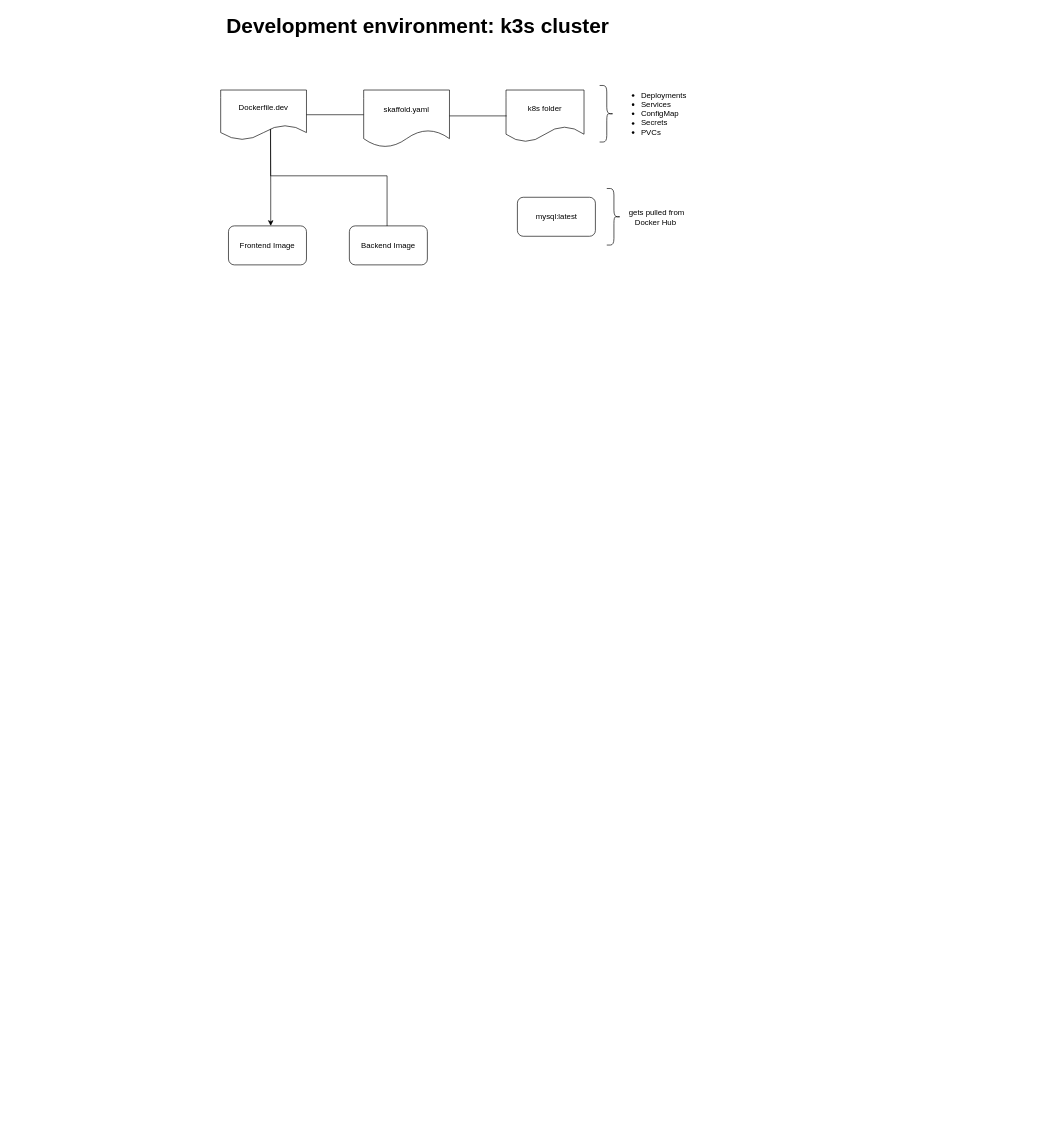
Above: Untitled Diagram.drawio in Eliasdb/eDB (draw.io), before the change. Source tidied: cells renumbered, new cells numbered last; positions are measured from the earlier drawing's top-left corner, leaving out a move shared by most shapes. Both pictures are drawn from the tidied source at 65%, with x=0, y=0 at pixel (220, 11).
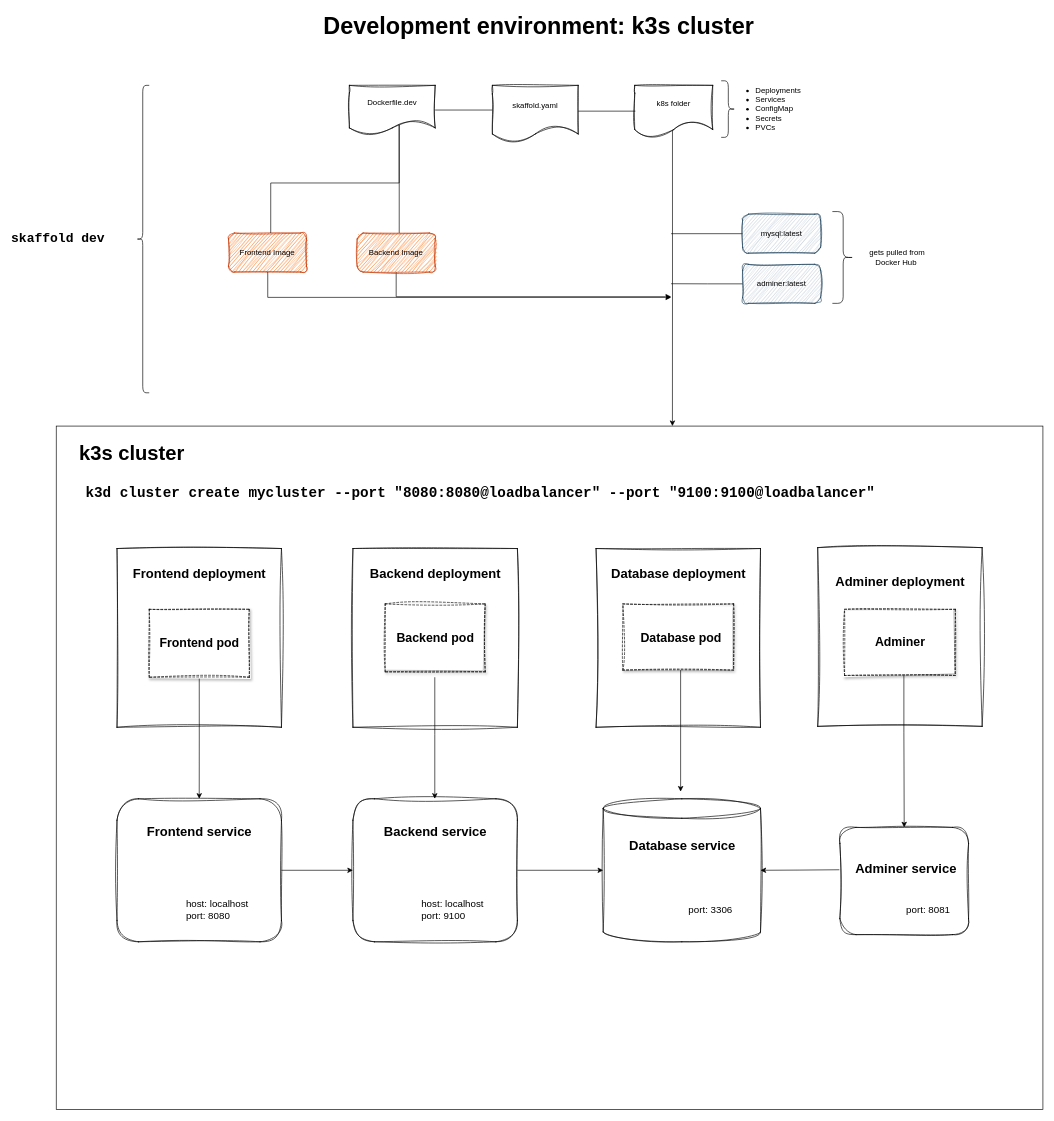
The same page after the edit.

Change to the diagram source:
```diff
@@
-    <mxCell id="2" style="edgeStyle=orthogonalEdgeStyle;rounded=0;jettySize=auto;html=1;entryX=0.481;entryY=-0.012;entryDx=0;entryDy=0;entryPerimeter=0;exitX=0.582;exitY=0.755;exitDx=0;exitDy=0;exitPerimeter=0;" parent="1" edge="1" source="3" target="12">
+    <mxCell id="2" style="edgeStyle=orthogonalEdgeStyle;rounded=0;jettySize=auto;html=1;exitX=0.581;exitY=0.788;exitDx=0;exitDy=0;exitPerimeter=0;endArrow=none;endFill=0;" parent="1" edge="1" source="3" target="12">
       <mxGeometry relative="1" as="geometry">
         <Array as="points">
-          <mxPoint x="77" y="253" />
-          <mxPoint x="256" y="253" />
-          <mxPoint x="256" y="332" />
-          <mxPoint x="256" y="332" />
+          <mxPoint x="275" y="176" />
+          <mxPoint x="275" y="176" />
         </Array>
       </mxGeometry>
     </mxCell>
-    <mxCell id="3" value="Dockerfile.dev" style="shape=document;whiteSpace=wrap;html=1;boundedLbl=1;" parent="1" vertex="1">
-      <mxGeometry y="121" width="132" height="77" as="geometry" />
+    <mxCell id="3" value="Dockerfile.dev" style="shape=document;whiteSpace=wrap;html=1;boundedLbl=1;sketch=1;curveFitting=1;jiggle=2;" parent="1" vertex="1">
+      <mxGeometry x="198" y="113.8" width="132" height="77" as="geometry" />
     </mxCell>
-    <mxCell id="4" value="skaffold.yaml" style="shape=document;whiteSpace=wrap;html=1;boundedLbl=1;" parent="1" vertex="1">
-      <mxGeometry x="220" y="121" width="132" height="88" as="geometry" />
+    <mxCell id="4" value="skaffold.yaml" style="shape=document;whiteSpace=wrap;html=1;boundedLbl=1;sketch=1;curveFitting=1;jiggle=2;" parent="1" vertex="1">
+      <mxGeometry x="418" y="113.8" width="132" height="88" as="geometry" />
     </mxCell>
+    <mxCell id="17" style="edgeStyle=orthogonalEdgeStyle;rounded=0;jettySize=auto;html=1;exitX=0.484;exitY=0.86;exitDx=0;exitDy=0;exitPerimeter=0;" parent="1" edge="1" source="5">
+      <mxGeometry relative="1" as="geometry">
+        <mxPoint x="695" y="638" as="targetPoint" />
+        <Array as="points">
+          <mxPoint x="695" y="418" />
+          <mxPoint x="695" y="418" />
+        </Array>
+      </mxGeometry>
+    </mxCell>
-    <mxCell id="5" value="k8s folder" style="shape=document;whiteSpace=wrap;html=1;boundedLbl=1;" parent="1" vertex="1">
-      <mxGeometry x="439" y="121" width="120" height="80" as="geometry" />
+    <mxCell id="5" value="k8s folder" style="shape=document;whiteSpace=wrap;html=1;boundedLbl=1;sketch=1;curveFitting=1;jiggle=2;" parent="1" vertex="1">
+      <mxGeometry x="637" y="113.8" width="120" height="80" as="geometry" />
     </mxCell>
-    <mxCell id="6" value="Development environment: k3s cluster" style="text;strokeColor=none;fillColor=none;html=1;fontSize=32;fontStyle=1;verticalAlign=middle;align=center;" parent="1" vertex="1">
-      <mxGeometry x="132" width="341" height="44" as="geometry" />
+    <mxCell id="6" value="&lt;font style=&quot;font-size: 36px;&quot;&gt;Development environment: k3s cluster&lt;/font&gt;" style="text;strokeColor=none;fillColor=none;html=1;fontSize=32;fontStyle=1;verticalAlign=middle;align=center;" parent="1" vertex="1">
+      <mxGeometry x="318" width="341" height="44" as="geometry" />
     </mxCell>
     <mxCell id="7" style="edgeStyle=orthogonalEdgeStyle;rounded=0;jettySize=auto;html=1;endArrow=none;endFill=0;" parent="1" edge="1" source="3">
       <mxGeometry relative="1" as="geometry">
-        <mxPoint x="220" y="159" as="targetPoint" />
+        <mxPoint x="418" y="151.8" as="targetPoint" />
       </mxGeometry>
     </mxCell>
     <mxCell id="8" style="edgeStyle=orthogonalEdgeStyle;rounded=0;orthogonalLoop=1;jettySize=auto;html=1;endArrow=none;endFill=0;" parent="1" edge="1">
       <mxGeometry relative="1" as="geometry">
-        <mxPoint x="352" y="160.8" as="sourcePoint" />
-        <mxPoint x="440" y="160.8" as="targetPoint" />
+        <mxPoint x="550" y="153.5" as="sourcePoint" />
+        <mxPoint x="638" y="153.5" as="targetPoint" />
       </mxGeometry>
     </mxCell>
     <mxCell id="9" style="shape=curlyBracket;whiteSpace=wrap;html=1;rounded=1;flipH=1;labelPosition=right;verticalLabelPosition=middle;align=left;verticalAlign=middle;" parent="1" vertex="1">
-      <mxGeometry x="583" y="114" width="22" height="87" as="geometry" />
+      <mxGeometry x="770" y="106.8" width="22" height="87" as="geometry" />
     </mxCell>
-    <mxCell id="10" value="&lt;ul&gt;&lt;li&gt;Deployments&lt;/li&gt;&lt;li&gt;&lt;span style=&quot;background-color: initial;&quot;&gt;Services&lt;/span&gt;&lt;/li&gt;&lt;li&gt;&lt;span style=&quot;background-color: initial;&quot;&gt;ConfigMap&lt;/span&gt;&lt;/li&gt;&lt;li&gt;&lt;span style=&quot;background-color: initial;&quot;&gt;Secrets&lt;/span&gt;&lt;/li&gt;&lt;li&gt;&lt;span style=&quot;background-color: initial;&quot;&gt;PVCs&lt;/span&gt;&lt;/li&gt;&lt;/ul&gt;" style="text;strokeColor=none;fillColor=none;html=1;whiteSpace=wrap;verticalAlign=middle;overflow=hidden;" parent="1" vertex="1">
-      <mxGeometry x="605" y="106.2" width="132" height="102.5" as="geometry" />
+    <mxCell id="10" value="&lt;ul&gt;&lt;li&gt;Deployments&lt;/li&gt;&lt;li&gt;&lt;span style=&quot;background-color: initial;&quot;&gt;Services&lt;/span&gt;&lt;/li&gt;&lt;li&gt;&lt;span style=&quot;background-color: initial;&quot;&gt;ConfigMap&lt;/span&gt;&lt;/li&gt;&lt;li&gt;&lt;span style=&quot;background-color: initial;&quot;&gt;Secrets&lt;/span&gt;&lt;/li&gt;&lt;li&gt;&lt;span style=&quot;background-color: initial;&quot;&gt;PVCs&lt;/span&gt;&lt;/li&gt;&lt;/ul&gt;" style="text;strokeColor=none;fillColor=none;html=1;whiteSpace=wrap;verticalAlign=middle;overflow=hidden;rounded=0;sketch=1;curveFitting=1;jiggle=2;" parent="1" vertex="1">
+      <mxGeometry x="781" y="99" width="132" height="102.5" as="geometry" />
     </mxCell>
-    <mxCell id="11" value="Frontend Image" style="rounded=1;whiteSpace=wrap;html=1;" parent="1" vertex="1">
-      <mxGeometry x="12" y="330" width="120" height="60" as="geometry" />
+    <mxCell id="11" value="Frontend Image" style="rounded=1;whiteSpace=wrap;html=1;sketch=1;curveFitting=1;jiggle=2;fillColor=#fa6800;strokeColor=#C73500;fontColor=#000000;" parent="1" vertex="1">
+      <mxGeometry x="12" y="341" width="120" height="60" as="geometry" />
     </mxCell>
+    <mxCell id="18" style="edgeStyle=orthogonalEdgeStyle;rounded=0;jettySize=auto;html=1;exitX=0.5;exitY=1;exitDx=0;exitDy=0;" parent="1" edge="1" source="12">
+      <mxGeometry relative="1" as="geometry">
+        <mxPoint x="693" y="439" as="targetPoint" />
+        <Array as="points">
+          <mxPoint x="270" y="439" />
+        </Array>
+      </mxGeometry>
+    </mxCell>
+    <mxCell id="19" style="edgeStyle=orthogonalEdgeStyle;rounded=0;jettySize=auto;html=1;exitX=1;exitY=0.5;exitDx=0;exitDy=0;" parent="1" edge="1" source="12">
+      <mxGeometry relative="1" as="geometry">
+        <mxPoint x="330" y="371.1" as="targetPoint" />
+      </mxGeometry>
+    </mxCell>
-    <mxCell id="12" value="Backend Image" style="rounded=1;whiteSpace=wrap;html=1;" parent="1" vertex="1">
-      <mxGeometry x="198" y="330" width="120" height="60" as="geometry" />
+    <mxCell id="12" value="Backend Image" style="rounded=1;whiteSpace=wrap;html=1;sketch=1;curveFitting=1;jiggle=2;fillColor=#fa6800;fontColor=#000000;strokeColor=#C73500;" parent="1" vertex="1">
+      <mxGeometry x="210" y="341" width="120" height="60" as="geometry" />
     </mxCell>
+    <mxCell id="20" style="edgeStyle=orthogonalEdgeStyle;rounded=0;orthogonalLoop=1;jettySize=auto;html=1;endArrow=none;endFill=0;jumpSize=0;" parent="1" edge="1">
+      <mxGeometry relative="1" as="geometry">
+        <mxPoint x="803" y="342" as="sourcePoint" />
+        <mxPoint x="693" y="342" as="targetPoint" />
+        <Array as="points">
+          <mxPoint x="693" y="341.9" />
+        </Array>
+      </mxGeometry>
+    </mxCell>
-    <mxCell id="13" value="mysql:latest" style="rounded=1;whiteSpace=wrap;html=1;" parent="1" vertex="1">
-      <mxGeometry x="456.5" y="286" width="120" height="60" as="geometry" />
+    <mxCell id="13" value="mysql:latest" style="rounded=1;whiteSpace=wrap;html=1;sketch=1;curveFitting=1;jiggle=2;fillColor=#bac8d3;strokeColor=#23445d;" parent="1" vertex="1">
+      <mxGeometry x="803" y="312" width="120" height="60" as="geometry" />
     </mxCell>
-    <mxCell id="14" style="shape=curlyBracket;whiteSpace=wrap;html=1;rounded=1;flipH=1;labelPosition=right;verticalLabelPosition=middle;align=left;verticalAlign=middle;size=0.5;" parent="1" vertex="1">
-      <mxGeometry x="594" y="272.5" width="22" height="87" as="geometry" />
+    <mxCell id="14" style="shape=curlyBracket;whiteSpace=wrap;html=1;rounded=1;flipH=1;labelPosition=right;verticalLabelPosition=middle;align=left;verticalAlign=middle;size=0.5;direction=east;" parent="1" vertex="1">
+      <mxGeometry x="941.1" y="308" width="33.2" height="141.2" as="geometry" />
     </mxCell>
     <mxCell id="15" value="gets pulled from Docker Hub&amp;nbsp;" style="text;html=1;align=center;verticalAlign=middle;whiteSpace=wrap;rounded=0;" parent="1" vertex="1">
-      <mxGeometry x="627" y="286" width="88" height="62" as="geometry" />
+      <mxGeometry x="996.6" y="347.6" width="88" height="62" as="geometry" />
     </mxCell>
-    <mxCell id="16" style="edgeStyle=orthogonalEdgeStyle;rounded=0;jettySize=auto;html=1;exitX=0.58;exitY=0.785;exitDx=0;exitDy=0;exitPerimeter=0;" parent="1" edge="1" source="3">
+    <mxCell id="16" style="edgeStyle=orthogonalEdgeStyle;rounded=0;jettySize=auto;html=1;exitX=0.58;exitY=0.785;exitDx=0;exitDy=0;exitPerimeter=0;endArrow=none;endFill=0;" parent="1" edge="1" source="3">
       <mxGeometry relative="1" as="geometry">
-        <mxPoint x="77" y="330" as="targetPoint" />
+        <mxPoint x="77" y="341" as="targetPoint" />
         <Array as="points">
           <mxPoint x="77" y="264" />
           <mxPoint x="77" y="264" />
           <mxPoint x="77" y="330" />
         </Array>
       </mxGeometry>
     </mxCell>
+    <mxCell id="21" style="rounded=0;whiteSpace=wrap;html=1;" parent="1" vertex="1">
+      <mxGeometry x="-253" y="638" width="1518" height="1051.2" as="geometry" />
+    </mxCell>
+    <mxCell id="22" value="&lt;pre&gt;&lt;font style=&quot;font-size: 22px;&quot;&gt;k3d cluster create mycluster --port &quot;8080:8080@loadbalancer&quot; --port &quot;9100:9100@loadbalancer&quot;&amp;nbsp;&lt;/font&gt;&amp;nbsp;&lt;/pre&gt;" style="text;strokeColor=none;fillColor=none;html=1;fontSize=24;fontStyle=1;verticalAlign=middle;align=center;" parent="1" vertex="1">
+      <mxGeometry x="-187" y="700" width="1199" height="82.5" as="geometry" />
+    </mxCell>
+    <mxCell id="23" style="rounded=0;whiteSpace=wrap;html=1;sketch=1;curveFitting=1;jiggle=2;" parent="1" vertex="1">
+      <mxGeometry x="-159.5" y="826.4" width="253" height="275" as="geometry" />
+    </mxCell>
+    <mxCell id="24" value="Frontend deployment" style="text;strokeColor=none;fillColor=none;html=1;fontSize=20;fontStyle=1;verticalAlign=middle;align=center;" parent="1" vertex="1">
+      <mxGeometry x="-170.5" y="837.4" width="275" height="55" as="geometry" />
+    </mxCell>
+    <mxCell id="25" style="edgeStyle=orthogonalEdgeStyle;rounded=0;jettySize=auto;html=1;exitX=0.5;exitY=1;exitDx=0;exitDy=0;flowAnimation=0;" parent="1" edge="1" source="26" target="29">
+      <mxGeometry relative="1" as="geometry" />
+    </mxCell>
+    <mxCell id="26" style="rounded=0;whiteSpace=wrap;html=1;dashed=1;glass=0;shadow=1;sketch=1;curveFitting=1;jiggle=2;" parent="1" vertex="1">
+      <mxGeometry x="-109.9" y="919.9" width="153.9" height="104.5" as="geometry" />
+    </mxCell>
+    <mxCell id="27" value="Frontend pod" style="text;strokeColor=none;fillColor=none;html=1;fontSize=19;fontStyle=1;verticalAlign=middle;align=center;" parent="1" vertex="1">
+      <mxGeometry x="-93.7" y="955.6" width="121.5" height="33" as="geometry" />
+    </mxCell>
+    <mxCell id="28" style="edgeStyle=orthogonalEdgeStyle;rounded=0;jettySize=auto;html=1;exitX=1;exitY=0.5;exitDx=0;exitDy=0;flowAnimation=1;" parent="1" edge="1" source="29" target="36">
+      <mxGeometry relative="1" as="geometry" />
+    </mxCell>
+    <mxCell id="29" style="rounded=1;whiteSpace=wrap;html=1;sketch=1;curveFitting=1;jiggle=2;" parent="1" vertex="1">
+      <mxGeometry x="-159.5" y="1211.4" width="253" height="220" as="geometry" />
+    </mxCell>
+    <mxCell id="30" value="Frontend service" style="text;strokeColor=none;fillColor=none;html=1;fontSize=20;fontStyle=1;verticalAlign=middle;align=center;" parent="1" vertex="1">
+      <mxGeometry x="-170.5" y="1233.4" width="275" height="55" as="geometry" />
+    </mxCell>
+    <mxCell id="31" value="host: localhost&lt;div style=&quot;font-size: 15px;&quot;&gt;port: 8080&lt;/div&gt;" style="text;html=1;align=left;verticalAlign=middle;whiteSpace=wrap;rounded=0;fontSize=15;" parent="1" vertex="1">
+      <mxGeometry x="-55.1" y="1354.4" width="99.1" height="55" as="geometry" />
+    </mxCell>
+    <mxCell id="32" style="rounded=0;whiteSpace=wrap;html=1;sketch=1;curveFitting=1;jiggle=2;" parent="1" vertex="1">
+      <mxGeometry x="203.5" y="826.4" width="253" height="275" as="geometry" />
+    </mxCell>
+    <mxCell id="33" value="Backend deployment" style="text;strokeColor=none;fillColor=none;html=1;fontSize=20;fontStyle=1;verticalAlign=middle;align=center;" parent="1" vertex="1">
+      <mxGeometry x="192.5" y="837.4" width="275" height="55" as="geometry" />
+    </mxCell>
+    <mxCell id="34" style="rounded=0;whiteSpace=wrap;html=1;dashed=1;glass=0;shadow=1;sketch=1;curveFitting=1;jiggle=2;" parent="1" vertex="1">
+      <mxGeometry x="253.1" y="911.6" width="153.9" height="104.5" as="geometry" />
+    </mxCell>
+    <mxCell id="35" value="Backend pod" style="text;strokeColor=none;fillColor=none;html=1;fontSize=19;fontStyle=1;verticalAlign=middle;align=center;" parent="1" vertex="1">
+      <mxGeometry x="269.2" y="947.4" width="121.5" height="33" as="geometry" />
+    </mxCell>
+    <mxCell id="36" style="rounded=1;whiteSpace=wrap;html=1;sketch=1;curveFitting=1;jiggle=2;" parent="1" vertex="1">
+      <mxGeometry x="203.5" y="1211.4" width="253" height="220" as="geometry" />
+    </mxCell>
+    <mxCell id="37" value="Backend service" style="text;strokeColor=none;fillColor=none;html=1;fontSize=20;fontStyle=1;verticalAlign=middle;align=center;" parent="1" vertex="1">
+      <mxGeometry x="192.5" y="1233.4" width="275" height="55" as="geometry" />
+    </mxCell>
+    <mxCell id="38" value="host: localhost&lt;div style=&quot;font-size: 15px;&quot;&gt;port: 9100&lt;/div&gt;" style="text;html=1;align=left;verticalAlign=middle;whiteSpace=wrap;rounded=0;fontSize=15;" parent="1" vertex="1">
+      <mxGeometry x="306.9" y="1354.4" width="100" height="55" as="geometry" />
+    </mxCell>
+    <mxCell id="39" style="edgeStyle=orthogonalEdgeStyle;rounded=0;orthogonalLoop=1;jettySize=auto;html=1;exitX=0.5;exitY=1;exitDx=0;exitDy=0;flowAnimation=0;" parent="1" edge="1">
+      <mxGeometry relative="1" as="geometry">
+        <mxPoint x="329.4" y="1024.4" as="sourcePoint" />
+        <mxPoint x="329.4" y="1211.4" as="targetPoint" />
+        <Array as="points">
+          <mxPoint x="329.4" y="1112.4" />
+          <mxPoint x="329.4" y="1112.4" />
+        </Array>
+      </mxGeometry>
+    </mxCell>
+    <mxCell id="40" style="rounded=0;whiteSpace=wrap;html=1;sketch=1;curveFitting=1;jiggle=2;" parent="1" vertex="1">
+      <mxGeometry x="577.5" y="826.4" width="253" height="275" as="geometry" />
+    </mxCell>
+    <mxCell id="41" value="Database deployment" style="text;strokeColor=none;fillColor=none;html=1;fontSize=20;fontStyle=1;verticalAlign=middle;align=center;" parent="1" vertex="1">
+      <mxGeometry x="566.5" y="837.4" width="275" height="55" as="geometry" />
+    </mxCell>
+    <mxCell id="42" style="rounded=0;whiteSpace=wrap;html=1;dashed=1;glass=0;shadow=1;sketch=1;curveFitting=1;jiggle=2;" parent="1" vertex="1">
+      <mxGeometry x="618.8" y="911.6" width="170.4" height="101.8" as="geometry" />
+    </mxCell>
+    <mxCell id="43" value="Database pod" style="text;strokeColor=none;fillColor=none;html=1;fontSize=19;fontStyle=1;verticalAlign=middle;align=center;" parent="1" vertex="1">
+      <mxGeometry x="647.5" y="947.4" width="121.5" height="33" as="geometry" />
+    </mxCell>
+    <mxCell id="44" style="shape=cylinder3;whiteSpace=wrap;html=1;boundedLbl=1;backgroundOutline=1;size=15;sketch=1;curveFitting=1;jiggle=2;" parent="1" vertex="1">
+      <mxGeometry x="588.5" y="1211.4" width="242" height="220" as="geometry" />
+    </mxCell>
+    <mxCell id="45" value="Database service" style="text;strokeColor=none;fillColor=none;html=1;fontSize=20;fontStyle=1;verticalAlign=middle;align=center;" parent="1" vertex="1">
+      <mxGeometry x="572" y="1255.4" width="275" height="55" as="geometry" />
+    </mxCell>
+    <mxCell id="46" style="edgeStyle=orthogonalEdgeStyle;rounded=0;orthogonalLoop=1;jettySize=auto;html=1;exitX=0.5;exitY=1;exitDx=0;exitDy=0;flowAnimation=0;" parent="1" edge="1">
+      <mxGeometry relative="1" as="geometry">
+        <mxPoint x="707.6" y="1013.4" as="sourcePoint" />
+        <mxPoint x="707.6" y="1200.4" as="targetPoint" />
+        <Array as="points">
+          <mxPoint x="707.6" y="1101.4" />
+          <mxPoint x="707.6" y="1101.4" />
+        </Array>
+      </mxGeometry>
+    </mxCell>
+    <mxCell id="47" style="edgeStyle=orthogonalEdgeStyle;rounded=0;jettySize=auto;html=1;entryX=0;entryY=0.5;entryDx=0;entryDy=0;entryPerimeter=0;flowAnimation=1;" parent="1" edge="1" source="36" target="44">
+      <mxGeometry relative="1" as="geometry" />
+    </mxCell>
+    <mxCell id="48" value="&lt;font style=&quot;font-size: 31px;&quot;&gt;k3s cluster&lt;/font&gt;" style="text;strokeColor=none;fillColor=none;html=1;fontSize=24;fontStyle=1;verticalAlign=middle;align=center;" parent="1" vertex="1">
+      <mxGeometry x="-187" y="660" width="100" height="40" as="geometry" />
+    </mxCell>
+    <mxCell id="49" style="edgeStyle=orthogonalEdgeStyle;rounded=0;orthogonalLoop=1;jettySize=auto;html=1;exitX=0.5;exitY=1;exitDx=0;exitDy=0;" parent="1" edge="1">
+      <mxGeometry relative="1" as="geometry">
+        <mxPoint x="72.4" y="401" as="sourcePoint" />
+        <mxPoint x="693" y="440" as="targetPoint" />
+        <Array as="points">
+          <mxPoint x="72" y="440" />
+        </Array>
+      </mxGeometry>
+    </mxCell>
+    <mxCell id="50" style="rounded=0;whiteSpace=wrap;html=1;sketch=1;curveFitting=1;jiggle=2;" parent="1" vertex="1">
+      <mxGeometry x="918.5" y="825" width="253" height="275" as="geometry" />
+    </mxCell>
+    <mxCell id="51" value="Adminer deployment" style="text;strokeColor=none;fillColor=none;html=1;fontSize=20;fontStyle=1;verticalAlign=middle;align=center;" parent="1" vertex="1">
+      <mxGeometry x="907.5" y="848.4" width="275" height="55" as="geometry" />
+    </mxCell>
+    <mxCell id="52" style="rounded=0;whiteSpace=wrap;html=1;dashed=1;glass=0;shadow=1;sketch=1;curveFitting=1;jiggle=2;" parent="1" vertex="1">
+      <mxGeometry x="959.8" y="919.9" width="170.4" height="101.8" as="geometry" />
+    </mxCell>
+    <mxCell id="53" value="Adminer" style="text;strokeColor=none;fillColor=none;html=1;fontSize=19;fontStyle=1;verticalAlign=middle;align=center;" parent="1" vertex="1">
+      <mxGeometry x="984.2" y="954.2" width="121.5" height="33" as="geometry" />
+    </mxCell>
+    <mxCell id="54" value="&lt;div style=&quot;font-size: 15px;&quot;&gt;port: 3306&lt;/div&gt;" style="text;html=1;align=left;verticalAlign=middle;whiteSpace=wrap;rounded=0;fontSize=15;" parent="1" vertex="1">
+      <mxGeometry x="717.7" y="1354.4" width="71.5" height="55" as="geometry" />
+    </mxCell>
+    <mxCell id="55" style="rounded=1;whiteSpace=wrap;html=1;sketch=1;curveFitting=1;jiggle=2;" parent="1" vertex="1">
+      <mxGeometry x="952.6" y="1255.4" width="198" height="165" as="geometry" />
+    </mxCell>
+    <mxCell id="56" value="Adminer service" style="text;strokeColor=none;fillColor=none;html=1;fontSize=20;fontStyle=1;verticalAlign=middle;align=center;" parent="1" vertex="1">
+      <mxGeometry x="957" y="1293.9" width="193.6" height="48.1" as="geometry" />
+    </mxCell>
+    <mxCell id="57" style="edgeStyle=orthogonalEdgeStyle;rounded=0;jettySize=auto;html=1;endArrow=none;endFill=0;" parent="1" edge="1" source="58">
+      <mxGeometry relative="1" as="geometry">
+        <mxPoint x="693" y="419" as="targetPoint" />
+        <Array as="points">
+          <mxPoint x="749" y="419" />
+          <mxPoint x="693" y="419" />
+        </Array>
+      </mxGeometry>
+    </mxCell>
+    <mxCell id="58" value="adminer:latest" style="rounded=1;whiteSpace=wrap;html=1;sketch=1;curveFitting=1;jiggle=2;fillColor=#bac8d3;strokeColor=#23445d;" parent="1" vertex="1">
+      <mxGeometry x="803" y="389.2" width="120" height="60" as="geometry" />
+    </mxCell>
+    <mxCell id="59" style="edgeStyle=orthogonalEdgeStyle;rounded=0;orthogonalLoop=1;jettySize=auto;html=1;exitX=0.5;exitY=1;exitDx=0;exitDy=0;" parent="1" edge="1" source="48" target="48">
+      <mxGeometry relative="1" as="geometry" />
+    </mxCell>
+    <mxCell id="60" style="shape=curlyBracket;whiteSpace=wrap;html=1;rounded=1;labelPosition=left;verticalLabelPosition=middle;align=right;verticalAlign=middle;" parent="1" vertex="1">
+      <mxGeometry x="-129.9" y="113.8" width="20" height="473" as="geometry" />
+    </mxCell>
+    <mxCell id="61" value="&lt;pre style=&quot;font-size: 20px;&quot;&gt;&lt;b&gt;skaffold dev&lt;/b&gt;&lt;/pre&gt;" style="text;html=1;align=center;verticalAlign=middle;whiteSpace=wrap;rounded=0;fontFamily=Helvetica;fontSize=20;" parent="1" vertex="1">
+      <mxGeometry x="-297" y="333.8" width="93.5" height="33" as="geometry" />
+    </mxCell>
+    <mxCell id="62" style="edgeStyle=orthogonalEdgeStyle;rounded=0;jettySize=auto;html=1;exitX=0.5;exitY=1;exitDx=0;exitDy=0;flowAnimation=0;entryX=0.5;entryY=0;entryDx=0;entryDy=0;" parent="1" edge="1" target="55">
+      <mxGeometry relative="1" as="geometry">
+        <mxPoint x="1051.1" y="1021.6" as="sourcePoint" />
+        <Array as="points">
+          <mxPoint x="1051" y="1110" />
+        </Array>
+      </mxGeometry>
+    </mxCell>
+    <mxCell id="63" style="edgeStyle=orthogonalEdgeStyle;rounded=0;jettySize=auto;html=1;exitX=-0.004;exitY=0.391;exitDx=0;exitDy=0;exitPerimeter=0;" parent="1" edge="1" target="44">
+      <mxGeometry relative="1" as="geometry">
+        <mxPoint x="951.8" y="1320.6" as="sourcePoint" />
+      </mxGeometry>
+    </mxCell>
+    <mxCell id="64" value="&lt;div style=&quot;font-size: 15px;&quot;&gt;port: 8081&lt;/div&gt;" style="text;html=1;align=left;verticalAlign=middle;whiteSpace=wrap;rounded=0;fontSize=15;" parent="1" vertex="1">
+      <mxGeometry x="1053.2" y="1354.4" width="77" height="55" as="geometry" />
+    </mxCell>
```
